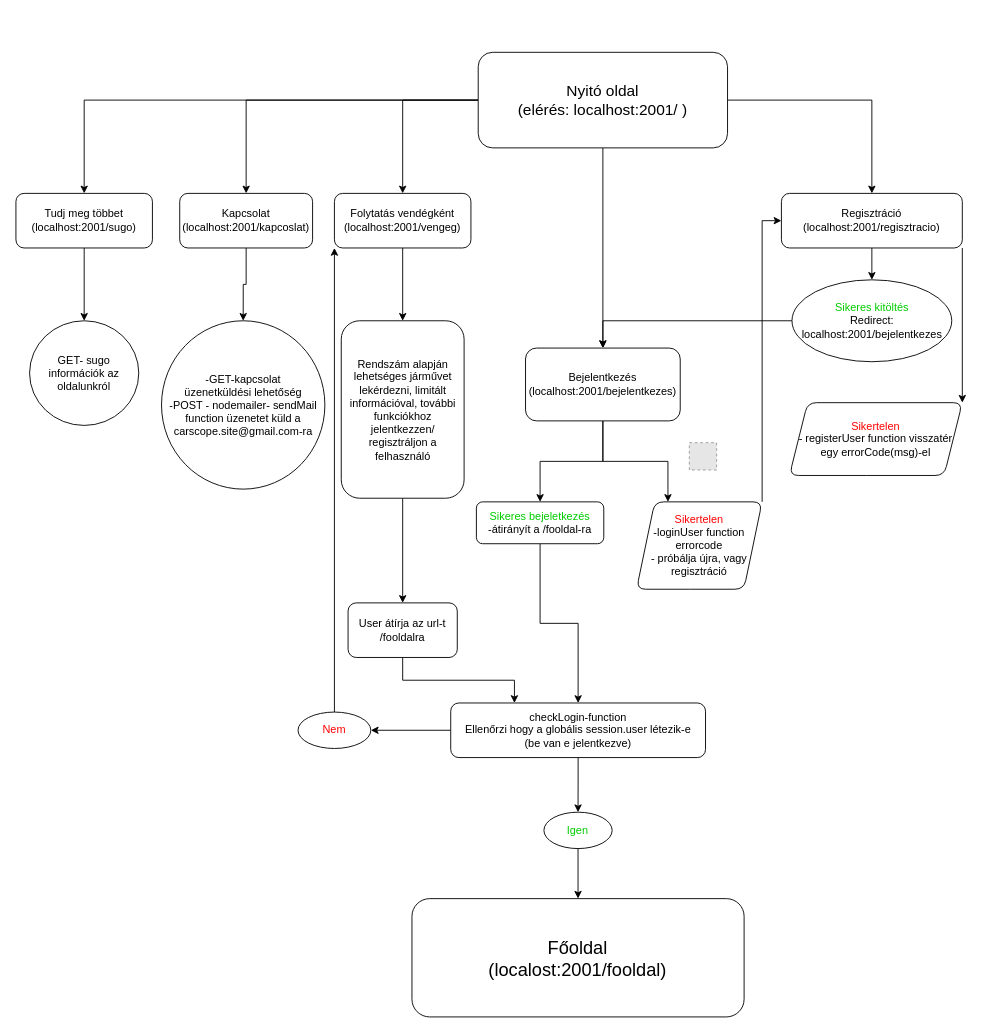
This is Pusoma/elsooldaldraw.drawio from szekelyaron/OKJ_vizsgaremek, a draw.io file, before an edit. Source tidied: cells renumbered, new cells numbered last; positions are measured from the earlier drawing's top-left corner, leaving out a move shared by most shapes. Both pictures are drawn from the tidied source at 91%, with x=0, y=0 at pixel (15, 52). Pictures stored in the file or linked from it are replaced by grey dashed boxes.
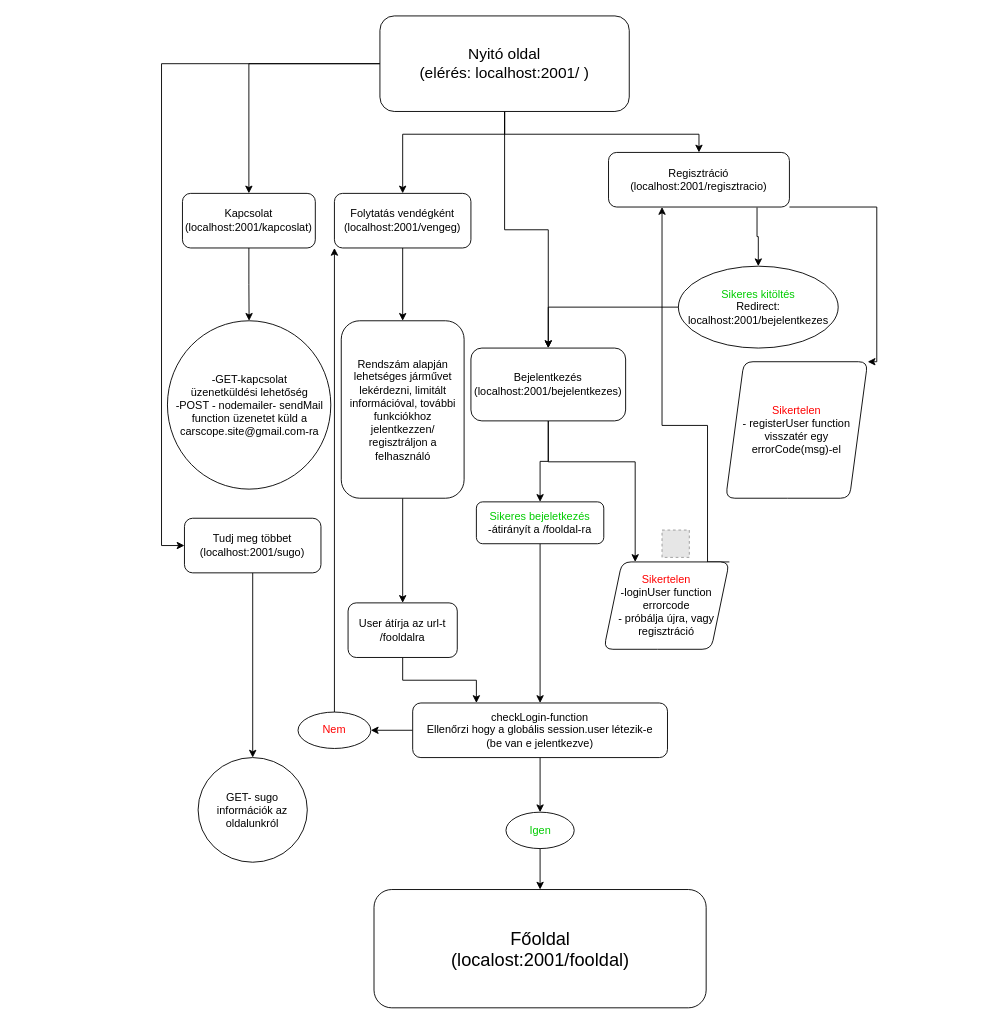
The same page after the edit.

Unchanged cells that the change refers to:
```xml
<mxCell id="32" value="Folytatás vendégként&lt;br&gt;(localhost:2001/vengeg)" style="whiteSpace=wrap;html=1;rounded=1;" parent="1" vertex="1">
  <mxGeometry x="350" y="155" width="150" height="60" as="geometry" />
</mxCell>
<mxCell id="38" value="&lt;font color=&quot;#ff0000&quot;&gt;Nem&lt;/font&gt;" style="ellipse;whiteSpace=wrap;html=1;rounded=1;" parent="1" vertex="1">
  <mxGeometry x="310" y="725" width="80" height="40" as="geometry" />
</mxCell>
```

Change to the diagram source:
```diff
@@
     <mxCell id="2" style="edgeStyle=orthogonalEdgeStyle;rounded=0;jettySize=auto;html=1;" parent="1" edge="1" source="7" target="9">
-      <mxGeometry relative="1" as="geometry" />
+      <mxGeometry relative="1" as="geometry">
+        <Array as="points">
+          <mxPoint x="160" y="13" />
+        </Array>
+      </mxGeometry>
     </mxCell>
@@
     <mxCell id="5" style="edgeStyle=orthogonalEdgeStyle;rounded=0;jettySize=auto;html=1;entryX=0.5;entryY=0;entryDx=0;entryDy=0;" parent="1" edge="1" source="7" target="19">
-      <mxGeometry relative="1" as="geometry" />
+      <mxGeometry relative="1" as="geometry">
+        <Array as="points">
+          <mxPoint x="537" y="90" />
+          <mxPoint x="751" y="90" />
+        </Array>
+      </mxGeometry>
     </mxCell>
     <mxCell id="6" style="edgeStyle=orthogonalEdgeStyle;rounded=0;jettySize=auto;html=1;" parent="1" edge="1" source="7" target="32">
-      <mxGeometry relative="1" as="geometry" />
+      <mxGeometry relative="1" as="geometry">
+        <Array as="points">
+          <mxPoint x="537" y="90" />
+          <mxPoint x="425" y="90" />
+        </Array>
+      </mxGeometry>
     </mxCell>
     <mxCell id="7" value="&lt;font style=&quot;font-size: 17px&quot;&gt;Nyitó oldal&lt;br&gt;(elérés: localhost:2001/ )&lt;/font&gt;" style="rounded=1;whiteSpace=wrap;html=1;" parent="1" vertex="1">
-      <mxGeometry x="508" width="274" height="105" as="geometry" />
+      <mxGeometry x="400" y="-40" width="274" height="105" as="geometry" />
     </mxCell>
@@
     <mxCell id="9" value="Tudj meg többet&lt;br&gt;(localhost:2001/sugo)" style="whiteSpace=wrap;html=1;rounded=1;" parent="1" vertex="1">
-      <mxGeometry y="155" width="150" height="60" as="geometry" />
+      <mxGeometry x="185.2" y="512" width="150" height="60" as="geometry" />
     </mxCell>
@@
     <mxCell id="11" value="Kapcsolat&lt;br&gt;(localhost:2001/kapcoslat)" style="whiteSpace=wrap;html=1;rounded=1;" parent="1" vertex="1">
-      <mxGeometry x="180" y="155" width="146" height="60" as="geometry" />
+      <mxGeometry x="183" y="155" width="146" height="60" as="geometry" />
     </mxCell>
     <mxCell id="12" value="GET- sugo&lt;br&gt;információk az oldalunkról" style="ellipse;whiteSpace=wrap;html=1;rounded=1;" parent="1" vertex="1">
-      <mxGeometry x="15" y="295" width="120" height="115" as="geometry" />
+      <mxGeometry x="200.2" y="775" width="120" height="115" as="geometry" />
     </mxCell>
     <mxCell id="13" value="-GET-kapcsolat&lt;br&gt;üzenetküldési lehetőség&lt;br&gt;-POST - nodemailer- sendMail function üzenetet küld a carscope.site@gmail.com-ra" style="ellipse;whiteSpace=wrap;html=1;rounded=1;" parent="1" vertex="1">
-      <mxGeometry x="160" y="295" width="179.5" height="185" as="geometry" />
+      <mxGeometry x="166.5" y="295" width="179.5" height="185" as="geometry" />
     </mxCell>
     <mxCell id="14" style="edgeStyle=orthogonalEdgeStyle;rounded=0;jettySize=auto;html=1;entryX=0.25;entryY=0;entryDx=0;entryDy=0;" parent="1" edge="1" source="16" target="21">
-      <mxGeometry relative="1" as="geometry" />
+      <mxGeometry relative="1" as="geometry">
+        <Array as="points">
+          <mxPoint x="585" y="450" />
+          <mxPoint x="681" y="450" />
+        </Array>
+      </mxGeometry>
     </mxCell>
@@
     <mxCell id="16" value="Bejelentkezés&lt;br&gt;(localhost:2001/bejelentkezes)" style="whiteSpace=wrap;html=1;rounded=1;" parent="1" vertex="1">
-      <mxGeometry x="560" y="325" width="170" height="80" as="geometry" />
+      <mxGeometry x="500" y="325" width="170" height="80" as="geometry" />
     </mxCell>
-    <mxCell id="17" style="edgeStyle=orthogonalEdgeStyle;rounded=0;jettySize=auto;html=1;" parent="1" edge="1" source="19" target="26">
+    <mxCell id="17" style="edgeStyle=orthogonalEdgeStyle;rounded=0;jettySize=auto;html=1;exitX=0.821;exitY=1.009;exitDx=0;exitDy=0;exitPerimeter=0;" parent="1" edge="1" source="19" target="26">
       <mxGeometry relative="1" as="geometry" />
     </mxCell>
     <mxCell id="18" style="edgeStyle=orthogonalEdgeStyle;rounded=0;jettySize=auto;html=1;exitX=1;exitY=1;exitDx=0;exitDy=0;entryX=1;entryY=0;entryDx=0;entryDy=0;" parent="1" edge="1" source="19" target="30">
-      <mxGeometry relative="1" as="geometry" />
+      <mxGeometry relative="1" as="geometry">
+        <Array as="points">
+          <mxPoint x="946" y="170" />
+        </Array>
+      </mxGeometry>
     </mxCell>
     <mxCell id="19" value="Regisztráció&lt;br&gt;(localhost:2001/regisztracio)" style="whiteSpace=wrap;html=1;rounded=1;" parent="1" vertex="1">
-      <mxGeometry x="841.2" y="155" width="198.8" height="60" as="geometry" />
+      <mxGeometry x="651.2" y="110" width="198.8" height="60" as="geometry" />
     </mxCell>
-    <mxCell id="20" style="edgeStyle=orthogonalEdgeStyle;rounded=0;jettySize=auto;html=1;exitX=1;exitY=0;exitDx=0;exitDy=0;entryX=0;entryY=0.5;entryDx=0;entryDy=0;" parent="1" edge="1" source="21" target="19">
-      <mxGeometry relative="1" as="geometry" />
+    <mxCell id="20" style="edgeStyle=orthogonalEdgeStyle;rounded=0;jettySize=auto;html=1;exitX=1;exitY=0;exitDx=0;exitDy=0;" parent="1" edge="1" source="21" target="19">
+      <mxGeometry relative="1" as="geometry">
+        <Array as="points">
+          <mxPoint x="760" y="560" />
+          <mxPoint x="760" y="410" />
+          <mxPoint x="710" y="410" />
+        </Array>
+      </mxGeometry>
     </mxCell>
     <mxCell id="21" value="&lt;font color=&quot;#ff0000&quot;&gt;Sikertelen&lt;/font&gt;&lt;br&gt;-loginUser function&lt;br&gt;errorcode &lt;br&gt;- próbálja újra, vagy regisztráció" style="shape=parallelogram;perimeter=parallelogramPerimeter;whiteSpace=wrap;html=1;fixedSize=1;rounded=1;" parent="1" vertex="1">
-      <mxGeometry x="682" y="494" width="138" height="96" as="geometry" />
+      <mxGeometry x="646" y="560" width="138" height="96" as="geometry" />
     </mxCell>
@@
     <mxCell id="24" value="checkLogin-function&lt;br&gt;Ellenőrzi hogy a globális session.user létezik-e&lt;br&gt;(be van e jelentkezve)" style="rounded=1;whiteSpace=wrap;html=1;" parent="1" vertex="1">
-      <mxGeometry x="477.8" y="715" width="280" height="60" as="geometry" />
+      <mxGeometry x="436" y="715" width="280" height="60" as="geometry" />
     </mxCell>
@@
     <mxCell id="26" value="&lt;font color=&quot;#00cc00&quot;&gt;Sikeres kitöltés&lt;br&gt;&lt;/font&gt;Redirect: localhost:2001/bejelentkezes" style="ellipse;whiteSpace=wrap;html=1;rounded=1;" parent="1" vertex="1">
-      <mxGeometry x="852.8" y="250" width="175.6" height="90" as="geometry" />
+      <mxGeometry x="728" y="235" width="175.6" height="90" as="geometry" />
     </mxCell>
     <mxCell id="27" style="fillColor=#E6E6E6;strokeColor=#999999;dashed=1;html=1;verticalAlign=top;verticalLabelPosition=bottom;labelBackgroundColor=#ffffff;" parent="1" vertex="1">
-      <mxGeometry x="740" y="429" width="30" height="30" as="geometry" />
+      <mxGeometry x="710" y="525" width="30" height="30" as="geometry" />
     </mxCell>
@@
     <mxCell id="30" value="&lt;font color=&quot;#ff0000&quot;&gt;Sikertelen&lt;/font&gt;&lt;br&gt;- registerUser function visszatér egy errorCode(msg)-el" style="shape=parallelogram;perimeter=parallelogramPerimeter;whiteSpace=wrap;html=1;fixedSize=1;rounded=1;" parent="1" vertex="1">
-      <mxGeometry x="850" y="385" width="190" height="80" as="geometry" />
+      <mxGeometry x="780" y="340" width="156" height="150" as="geometry" />
     </mxCell>
@@
     <mxCell id="37" style="edgeStyle=orthogonalEdgeStyle;rounded=0;jettySize=auto;html=1;entryX=0;entryY=1;entryDx=0;entryDy=0;" parent="1" edge="1" source="38" target="32">
-      <mxGeometry relative="1" as="geometry" />
+      <mxGeometry relative="1" as="geometry">
+        <Array as="points">
+          <mxPoint x="350" y="470" />
+          <mxPoint x="350" y="470" />
+        </Array>
+      </mxGeometry>
     </mxCell>
@@
     <mxCell id="40" value="&lt;font color=&quot;#00cc00&quot;&gt;Igen&lt;/font&gt;" style="ellipse;whiteSpace=wrap;html=1;rounded=1;" parent="1" vertex="1">
-      <mxGeometry x="580.2" y="835" width="75" height="40" as="geometry" />
+      <mxGeometry x="538.5" y="835" width="75" height="40" as="geometry" />
     </mxCell>
     <mxCell id="41" value="&lt;font style=&quot;font-size: 20px&quot;&gt;Főoldal&lt;br&gt;(localost:2001/fooldal)&lt;/font&gt;" style="whiteSpace=wrap;html=1;rounded=1;" parent="1" vertex="1">
-      <mxGeometry x="435.2" y="930" width="365" height="130" as="geometry" />
+      <mxGeometry x="393.5" y="920" width="365" height="130" as="geometry" />
     </mxCell>
```
